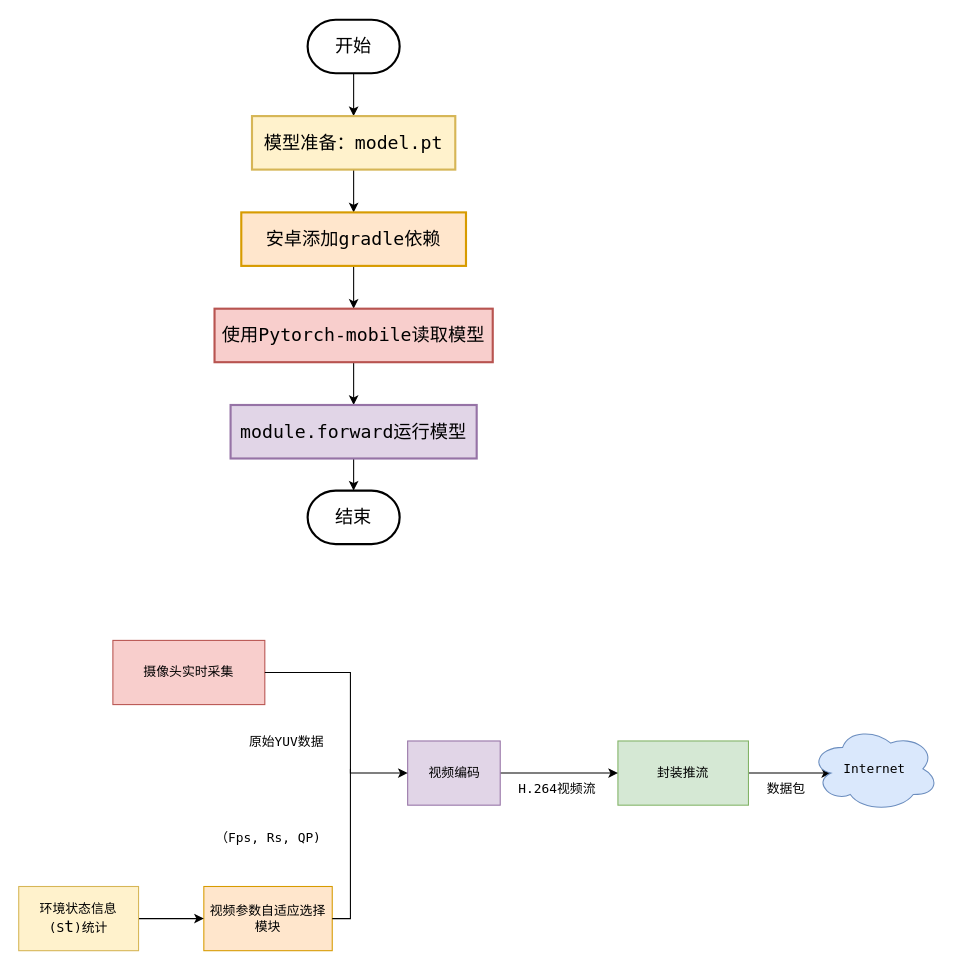
This is pytorch-mobile.drawio from Bright-Hsu/Real-Time-Trans-Server, a draw.io file, before an edit. Source tidied: cells renumbered, new cells numbered last; positions are measured from the earlier drawing's top-left corner, leaving out a move shared by most shapes. Both pictures are drawn from the tidied source at 107%, with x=0, y=0 at pixel (18, 19).
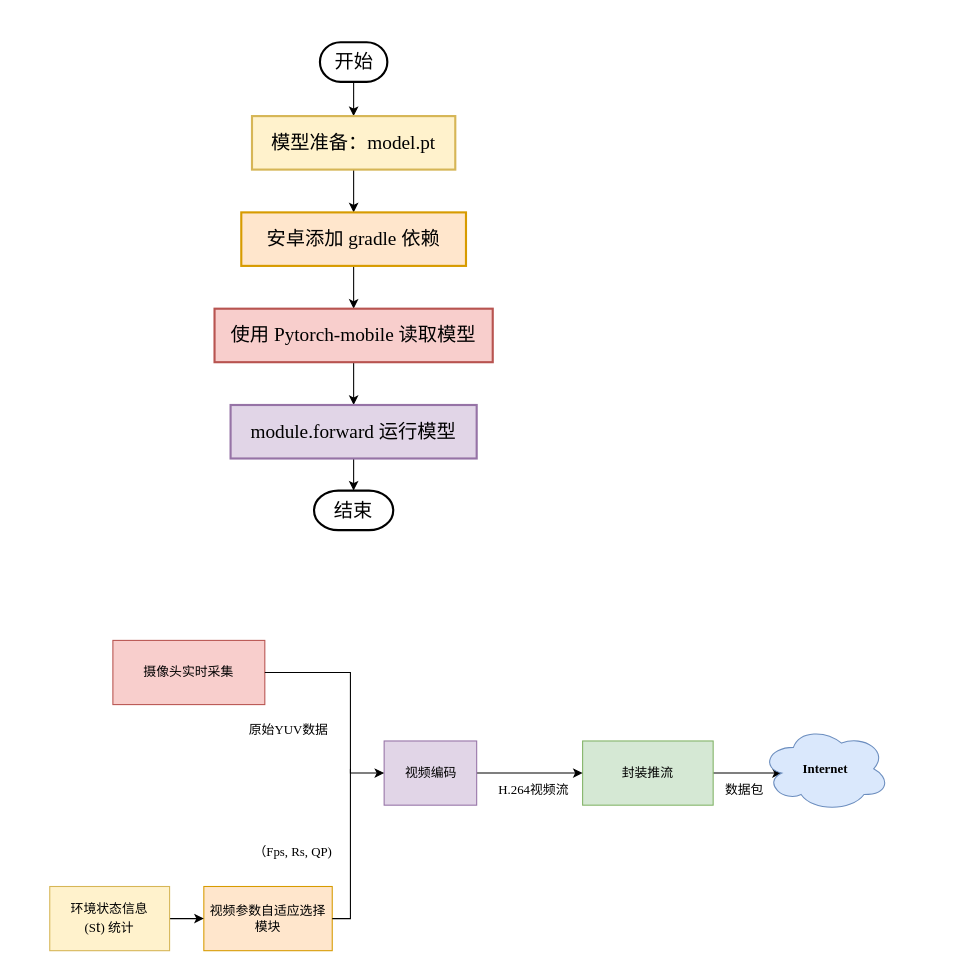
The same page after the edit.

The edit, as a diff of the source:
```diff
@@
-    <mxCell id="2" style="edgeStyle=orthogonalEdgeStyle;rounded=0;jettySize=auto;html=1;fontFamily=Lucida Console;fontSize=17;" parent="1" edge="1" source="3" target="5">
+    <mxCell id="2" style="edgeStyle=orthogonalEdgeStyle;rounded=0;jettySize=auto;html=1;fontFamily=simsun;fontSize=18;" parent="1" edge="1" source="3" target="5">
       <mxGeometry relative="1" as="geometry" />
     </mxCell>
-    <mxCell id="3" value="开始" style="strokeWidth=2;html=1;shape=mxgraph.flowchart.terminator;whiteSpace=wrap;fontFamily=Lucida Console;fontSize=17;" parent="1" vertex="1">
-      <mxGeometry x="270" width="86" height="50" as="geometry" />
+    <mxCell id="3" value="开始" style="strokeWidth=2;html=1;shape=mxgraph.flowchart.terminator;whiteSpace=wrap;fontFamily=simsun;fontSize=18;" parent="1" vertex="1">
+      <mxGeometry x="281.5" y="21" width="63" height="37" as="geometry" />
     </mxCell>
-    <mxCell id="4" style="edgeStyle=orthogonalEdgeStyle;rounded=0;jettySize=auto;html=1;fontFamily=Lucida Console;fontSize=17;" parent="1" edge="1" source="5" target="7">
+    <mxCell id="4" style="edgeStyle=orthogonalEdgeStyle;rounded=0;jettySize=auto;html=1;fontFamily=simsun;fontSize=18;" parent="1" edge="1" source="5" target="7">
       <mxGeometry relative="1" as="geometry" />
     </mxCell>
-    <mxCell id="5" value="模型准备：model.pt" style="whiteSpace=wrap;html=1;strokeWidth=2;fontFamily=Lucida Console;fontSize=17;fillColor=#fff2cc;strokeColor=#d6b656;" parent="1" vertex="1">
+    <mxCell id="5" value="模型准备：&lt;font face=&quot;Times New Roman&quot;&gt;model.pt&lt;/font&gt;" style="whiteSpace=wrap;html=1;strokeWidth=2;fontFamily=simsun;fontSize=18;fillColor=#fff2cc;strokeColor=#d6b656;" parent="1" vertex="1">
       <mxGeometry x="218" y="90" width="190" height="50" as="geometry" />
     </mxCell>
-    <mxCell id="6" style="edgeStyle=orthogonalEdgeStyle;rounded=0;jettySize=auto;html=1;fontFamily=Lucida Console;fontSize=17;" parent="1" edge="1" source="7" target="9">
+    <mxCell id="6" style="edgeStyle=orthogonalEdgeStyle;rounded=0;jettySize=auto;html=1;fontFamily=simsun;fontSize=18;" parent="1" edge="1" source="7" target="9">
       <mxGeometry relative="1" as="geometry" />
     </mxCell>
-    <mxCell id="7" value="安卓添加gradle依赖" style="whiteSpace=wrap;html=1;strokeWidth=2;fontFamily=Lucida Console;fontSize=17;fillColor=#ffe6cc;strokeColor=#d79b00;" parent="1" vertex="1">
+    <mxCell id="7" value="安卓添加&lt;font face=&quot;Times New Roman&quot;&gt;&amp;nbsp;gradle&amp;nbsp;&lt;/font&gt;依赖" style="whiteSpace=wrap;html=1;strokeWidth=2;fontFamily=simsun;fontSize=18;fillColor=#ffe6cc;strokeColor=#d79b00;" parent="1" vertex="1">
       <mxGeometry x="208" y="180" width="210" height="50" as="geometry" />
     </mxCell>
-    <mxCell id="8" style="edgeStyle=orthogonalEdgeStyle;rounded=0;jettySize=auto;html=1;fontFamily=Lucida Console;fontSize=17;" parent="1" edge="1" source="9" target="11">
+    <mxCell id="8" style="edgeStyle=orthogonalEdgeStyle;rounded=0;jettySize=auto;html=1;fontFamily=simsun;fontSize=18;" parent="1" edge="1" source="9" target="11">
       <mxGeometry relative="1" as="geometry" />
     </mxCell>
-    <mxCell id="9" value="使用Pytorch-mobile读取模型" style="whiteSpace=wrap;html=1;strokeWidth=2;fontFamily=Lucida Console;fontSize=17;fillColor=#f8cecc;strokeColor=#b85450;" parent="1" vertex="1">
+    <mxCell id="9" value="使用&lt;font face=&quot;Times New Roman&quot;&gt;&amp;nbsp;Pytorch-mobile&amp;nbsp;&lt;/font&gt;读取模型" style="whiteSpace=wrap;html=1;strokeWidth=2;fontFamily=simsun;fontSize=18;fillColor=#f8cecc;strokeColor=#b85450;" parent="1" vertex="1">
       <mxGeometry x="183" y="270" width="260" height="50" as="geometry" />
     </mxCell>
-    <mxCell id="10" style="edgeStyle=orthogonalEdgeStyle;rounded=0;jettySize=auto;html=1;entryX=0.5;entryY=0;entryDx=0;entryDy=0;entryPerimeter=0;fontFamily=Lucida Console;fontSize=17;" parent="1" edge="1" source="11" target="12">
+    <mxCell id="10" style="edgeStyle=orthogonalEdgeStyle;rounded=0;jettySize=auto;html=1;entryX=0.5;entryY=0;entryDx=0;entryDy=0;entryPerimeter=0;fontFamily=simsun;fontSize=18;" parent="1" edge="1" source="11" target="12">
       <mxGeometry relative="1" as="geometry" />
     </mxCell>
-    <mxCell id="11" value="module.forward运行模型" style="whiteSpace=wrap;html=1;strokeWidth=2;fontFamily=Lucida Console;fontSize=17;fillColor=#e1d5e7;strokeColor=#9673a6;" parent="1" vertex="1">
+    <mxCell id="11" value="&lt;font face=&quot;Times New Roman&quot;&gt;module.forward&amp;nbsp;&lt;/font&gt;运行模型" style="whiteSpace=wrap;html=1;strokeWidth=2;fontFamily=simsun;fontSize=18;fillColor=#e1d5e7;strokeColor=#9673a6;" parent="1" vertex="1">
       <mxGeometry x="198" y="360" width="230" height="50" as="geometry" />
     </mxCell>
-    <mxCell id="12" value="结束" style="strokeWidth=2;html=1;shape=mxgraph.flowchart.terminator;whiteSpace=wrap;fontFamily=Lucida Console;fontSize=17;" parent="1" vertex="1">
-      <mxGeometry x="270" y="440" width="86" height="50" as="geometry" />
+    <mxCell id="12" value="结束" style="strokeWidth=2;html=1;shape=mxgraph.flowchart.terminator;whiteSpace=wrap;fontFamily=simsun;fontSize=18;" parent="1" vertex="1">
+      <mxGeometry x="276" y="440" width="74" height="37" as="geometry" />
     </mxCell>
-    <mxCell id="13" value="摄像头实时采集" style="rounded=0;whiteSpace=wrap;html=1;fontFamily=Lucida Console;fillColor=#F8CECC;strokeColor=#b85450;" parent="1" vertex="1">
+    <mxCell id="13" value="摄像头实时采集" style="rounded=0;whiteSpace=wrap;html=1;fontFamily=simsun;fillColor=#F8CECC;strokeColor=#b85450;" parent="1" vertex="1">
       <mxGeometry x="88" y="580" width="142" height="60" as="geometry" />
     </mxCell>
-    <mxCell id="14" value="视频参数自适应选择模块" style="rounded=0;whiteSpace=wrap;html=1;fontFamily=Lucida Console;fillColor=#ffe6cc;strokeColor=#d79b00;" parent="1" vertex="1">
+    <mxCell id="14" value="视频参数自适应选择模块" style="rounded=0;whiteSpace=wrap;html=1;fontFamily=simsun;fillColor=#ffe6cc;strokeColor=#d79b00;" parent="1" vertex="1">
       <mxGeometry x="173" y="810" width="120" height="60" as="geometry" />
     </mxCell>
-    <mxCell id="15" style="edgeStyle=orthogonalEdgeStyle;rounded=0;jettySize=auto;html=1;fontFamily=Lucida Console;" parent="1" edge="1" source="16" target="14">
+    <mxCell id="15" style="edgeStyle=orthogonalEdgeStyle;rounded=0;jettySize=auto;html=1;fontFamily=simsun;" parent="1" edge="1" source="16" target="14">
       <mxGeometry relative="1" as="geometry" />
     </mxCell>
-    <mxCell id="16" value="环境状态信息&lt;br&gt;(S&lt;font style=&quot;font-size: 15px;&quot;&gt;t&lt;/font&gt;)统计" style="rounded=0;whiteSpace=wrap;html=1;fontFamily=Lucida Console;fillColor=#fff2cc;strokeColor=#d6b656;" parent="1" vertex="1">
-      <mxGeometry y="810" width="112" height="60" as="geometry" />
+    <mxCell id="16" value="环境状态信息&lt;br&gt;&lt;font face=&quot;Times New Roman&quot;&gt;(S&lt;font style=&quot;font-size: 15px;&quot;&gt;t&lt;/font&gt;)&amp;nbsp;&lt;/font&gt;统计" style="rounded=0;whiteSpace=wrap;html=1;fontFamily=simsun;fillColor=#fff2cc;strokeColor=#d6b656;" parent="1" vertex="1">
+      <mxGeometry x="29" y="810" width="112" height="60" as="geometry" />
     </mxCell>
-    <mxCell id="17" style="edgeStyle=orthogonalEdgeStyle;rounded=0;jettySize=auto;html=1;fontFamily=Lucida Console;entryX=0.16;entryY=0.55;entryDx=0;entryDy=0;entryPerimeter=0;" parent="1" edge="1" source="18" target="26">
+    <mxCell id="17" style="edgeStyle=orthogonalEdgeStyle;rounded=0;jettySize=auto;html=1;fontFamily=simsun;entryX=0.16;entryY=0.55;entryDx=0;entryDy=0;entryPerimeter=0;" parent="1" edge="1" source="18" target="26">
       <mxGeometry relative="1" as="geometry" />
     </mxCell>
-    <mxCell id="18" value="封装推流" style="rounded=0;whiteSpace=wrap;html=1;fontFamily=Lucida Console;fillColor=#d5e8d4;strokeColor=#82b366;" parent="1" vertex="1">
-      <mxGeometry x="560" y="674" width="122" height="60" as="geometry" />
+    <mxCell id="18" value="封装推流" style="rounded=0;whiteSpace=wrap;html=1;fontFamily=simsun;fillColor=#d5e8d4;strokeColor=#82b366;" parent="1" vertex="1">
+      <mxGeometry x="527" y="674" width="122" height="60" as="geometry" />
     </mxCell>
-    <mxCell id="19" style="edgeStyle=orthogonalEdgeStyle;rounded=0;jettySize=auto;html=1;fontFamily=Lucida Console;" parent="1" edge="1" source="20" target="18">
+    <mxCell id="19" style="edgeStyle=orthogonalEdgeStyle;rounded=0;jettySize=auto;html=1;fontFamily=simsun;" parent="1" edge="1" source="20" target="18">
       <mxGeometry relative="1" as="geometry" />
     </mxCell>
-    <mxCell id="20" value="视频编码" style="rounded=0;whiteSpace=wrap;html=1;fontFamily=Lucida Console;fillColor=#e1d5e7;strokeColor=#9673a6;" parent="1" vertex="1">
-      <mxGeometry x="363.5" y="674" width="86.5" height="60" as="geometry" />
+    <mxCell id="20" value="视频编码" style="rounded=0;whiteSpace=wrap;html=1;fontFamily=simsun;fillColor=#e1d5e7;strokeColor=#9673a6;" parent="1" vertex="1">
+      <mxGeometry x="341.5" y="674" width="86.5" height="60" as="geometry" />
     </mxCell>
-    <mxCell id="21" value="原始YUV数据" style="text;html=1;align=center;verticalAlign=middle;strokeColor=none;fillColor=none;fontFamily=Lucida Console;" parent="1" vertex="1">
-      <mxGeometry x="190" y="660" width="120" height="30" as="geometry" />
+    <mxCell id="21" value="原始&lt;font face=&quot;Times New Roman&quot;&gt;YUV&lt;/font&gt;数据" style="text;html=1;align=center;verticalAlign=middle;strokeColor=none;fillColor=none;fontFamily=simsun;" parent="1" vertex="1">
+      <mxGeometry x="193" y="648" width="117" height="32" as="geometry" />
     </mxCell>
-    <mxCell id="22" value="（Fps, Rs, QP)" style="text;html=1;align=center;verticalAlign=middle;strokeColor=none;fillColor=none;fontFamily=Lucida Console;" parent="1" vertex="1">
-      <mxGeometry x="153" y="750" width="160" height="30" as="geometry" />
+    <mxCell id="22" value="&lt;font face=&quot;Times New Roman&quot;&gt;（Fps, Rs, QP)&lt;/font&gt;" style="text;html=1;align=center;verticalAlign=middle;strokeColor=none;fillColor=none;fontFamily=simsun;" parent="1" vertex="1">
+      <mxGeometry x="198" y="762" width="116" height="32" as="geometry" />
     </mxCell>
-    <mxCell id="23" value="H.264视频流" style="text;html=1;align=center;verticalAlign=middle;strokeColor=none;fillColor=none;fontFamily=Lucida Console;" parent="1" vertex="1">
-      <mxGeometry x="443" y="704" width="120" height="30" as="geometry" />
+    <mxCell id="23" value="&lt;font face=&quot;Times New Roman&quot;&gt;H.264&lt;/font&gt;视频流" style="text;html=1;align=center;verticalAlign=middle;strokeColor=none;fillColor=none;fontFamily=simsun;" parent="1" vertex="1">
+      <mxGeometry x="428" y="704" width="106" height="32" as="geometry" />
     </mxCell>
-    <mxCell id="24" style="endArrow=classic;html=1;rounded=0;exitX=1;exitY=0.5;exitDx=0;exitDy=0;entryX=0;entryY=0.5;entryDx=0;entryDy=0;fontFamily=Lucida Console;" parent="1" edge="1" source="13" target="20">
+    <mxCell id="24" style="endArrow=classic;html=1;rounded=0;exitX=1;exitY=0.5;exitDx=0;exitDy=0;entryX=0;entryY=0.5;entryDx=0;entryDy=0;fontFamily=simsun;" parent="1" edge="1" source="13" target="20">
       <mxGeometry relative="1" as="geometry">
         <Array as="points">
           <mxPoint x="310" y="610" />
           <mxPoint x="310" y="704" />
         </Array>
       </mxGeometry>
     </mxCell>
-    <mxCell id="25" style="endArrow=none;html=1;rounded=0;exitX=1;exitY=0.5;exitDx=0;exitDy=0;fontFamily=Lucida Console;" parent="1" edge="1" source="14">
+    <mxCell id="25" style="endArrow=none;html=1;rounded=0;exitX=1;exitY=0.5;exitDx=0;exitDy=0;fontFamily=simsun;" parent="1" edge="1" source="14">
       <mxGeometry relative="1" as="geometry">
         <mxPoint x="310" y="700" as="targetPoint" />
         <Array as="points">
           <mxPoint x="310" y="840" />
         </Array>
       </mxGeometry>
     </mxCell>
-    <mxCell id="26" value="Internet" style="ellipse;shape=cloud;whiteSpace=wrap;html=1;rounded=0;fontFamily=Lucida Console;fillColor=#dae8fc;strokeColor=#6c8ebf;" parent="1" vertex="1">
-      <mxGeometry x="740" y="660" width="120" height="80" as="geometry" />
+    <mxCell id="26" value="&lt;font face=&quot;Times New Roman&quot;&gt;&lt;b&gt;Internet&lt;/b&gt;&lt;/font&gt;" style="ellipse;shape=cloud;whiteSpace=wrap;html=1;rounded=0;fontFamily=simsun;fillColor=#dae8fc;strokeColor=#6c8ebf;" parent="1" vertex="1">
+      <mxGeometry x="694" y="660" width="120" height="80" as="geometry" />
     </mxCell>
-    <mxCell id="27" value="数据包" style="text;html=1;align=center;verticalAlign=middle;strokeColor=none;fillColor=none;" parent="1" vertex="1">
-      <mxGeometry x="682" y="704" width="70" height="30" as="geometry" />
+    <mxCell id="27" value="数据包" style="text;html=1;align=center;verticalAlign=middle;strokeColor=none;fillColor=none;fontFamily=simsun;" parent="1" vertex="1">
+      <mxGeometry x="645" y="704" width="66" height="31" as="geometry" />
     </mxCell>
```
